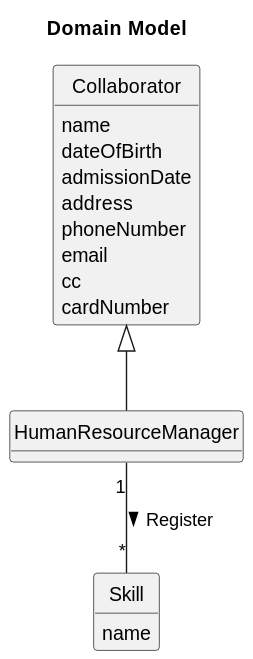
Departamento-de-Engenharia-Informatica/lei-24-s2-1db-g022 keeps this PlantUML diagram as docs/sprint2/us01/02.analysis/svg/us001-domain-model.svg. Above is the earlier version. The source it was exported from:
```plantuml
@startuml
skinparam monochrome true
skinparam packageStyle rectangle
skinparam shadowing false
skinparam classAttributeIconSize 0
hide circle
hide methods

title Domain Model


class Collaborator {
    name
    dateOfBirth
    admissionDate
    address
    phoneNumber
    email
    cc
    cardNumber

}

class HumanResourceManager {


}

class Skill{
    name
}


Collaborator  <|--  HumanResourceManager
HumanResourceManager "1" -- "*" Skill : Register >
@enduml
```
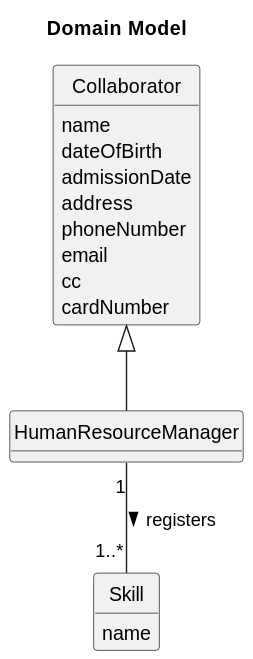
The same file after the commit.

The edit, as a diff of the source:
```diff
@@ -18,12 +18,10 @@
     email
     cc
     cardNumber
-
 }
 
+
 class HumanResourceManager {
-
-
 }
 
 class Skill{
@@ -32,5 +30,6 @@
 
 
 Collaborator  <|--  HumanResourceManager
-HumanResourceManager "1" -- "*" Skill : Register >
+
+HumanResourceManager "1" -- "1..*" Skill : registers >
 @enduml
```
